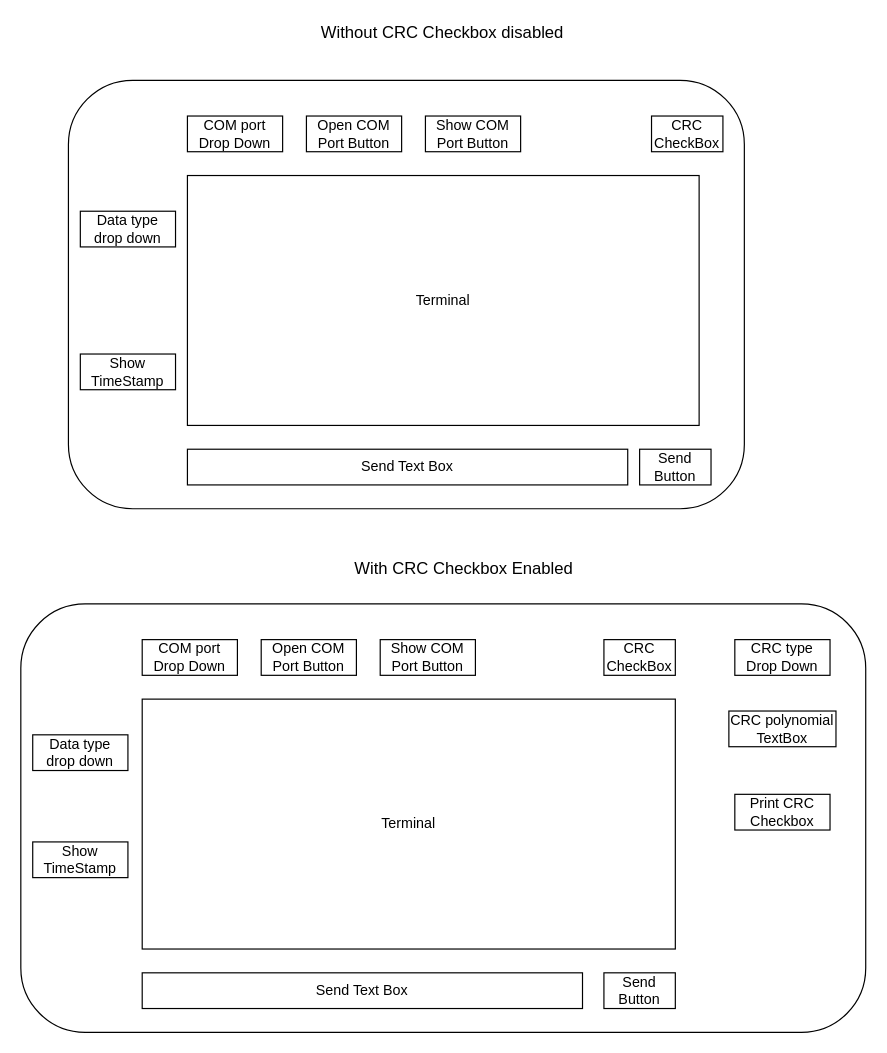
nagars/SheepTerm keeps this draw.io diagram as page "UI Design" (1 of 5) of Docs/FlowChart.drawio. Above is the earlier version. Source tidied: cells renumbered, new cells numbered last; positions are measured from the earlier drawing's top-left corner, leaving out a move shared by most shapes. Both pictures are drawn from the tidied source at 119%, with x=0, y=0 at pixel (20, 20).
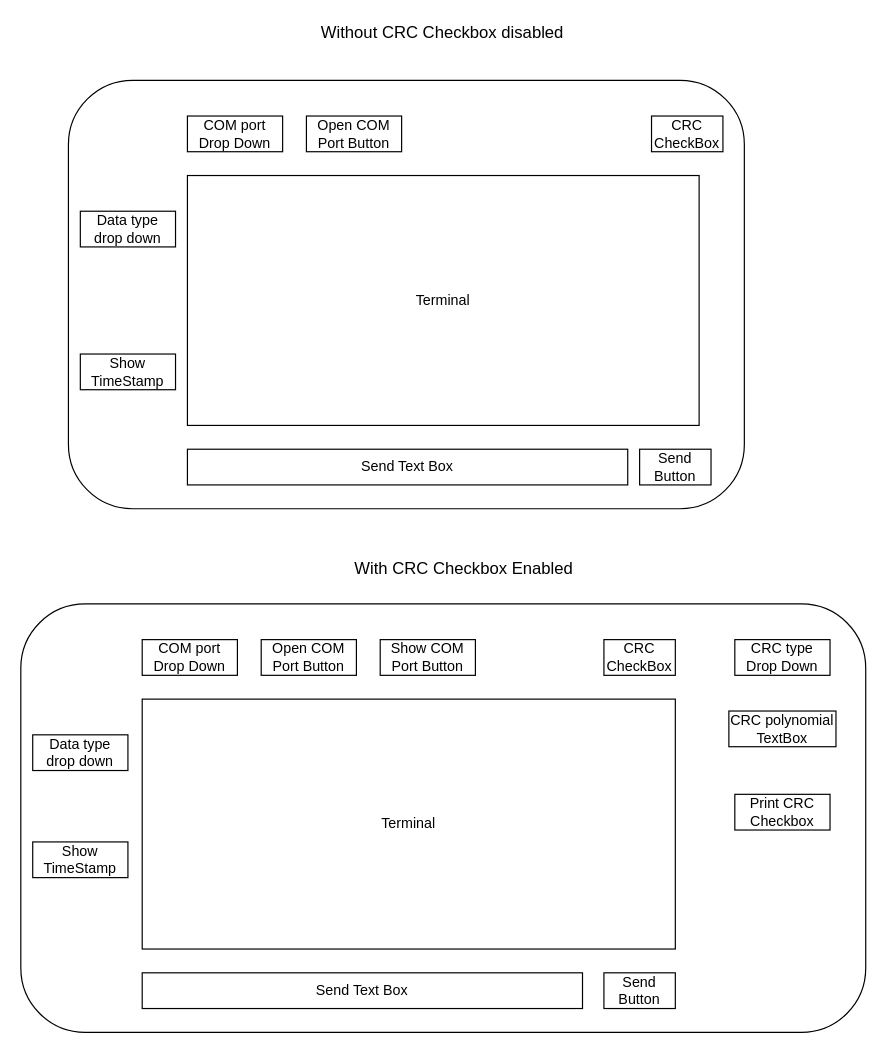
Above is the later version.

Commit message (it also covers changes not shown here):
Added terminal box. Automatically scrolls down as new messages come in.

Change to the diagram source:
```diff
@@
-    <mxCell id="9" value="Show COM Port Button" style="rounded=0;whiteSpace=wrap;html=1;" parent="1" vertex="1">
-      <mxGeometry x="340" y="80" width="80" height="30" as="geometry" />
-    </mxCell>
```
